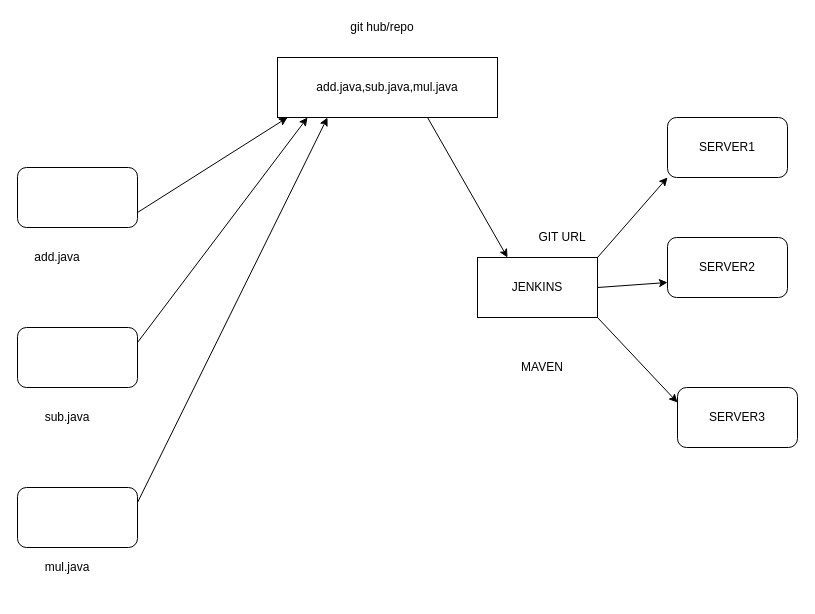
Above: CI.drawio in ashisnishanka/JAVA_MAVEN (draw.io), before the change. Source tidied: cells renumbered, new cells numbered last; positions are measured from the earlier drawing's top-left corner, leaving out a move shared by most shapes. Both pictures are drawn from the tidied source at 100%, with x=0, y=0 at pixel (17, 17).
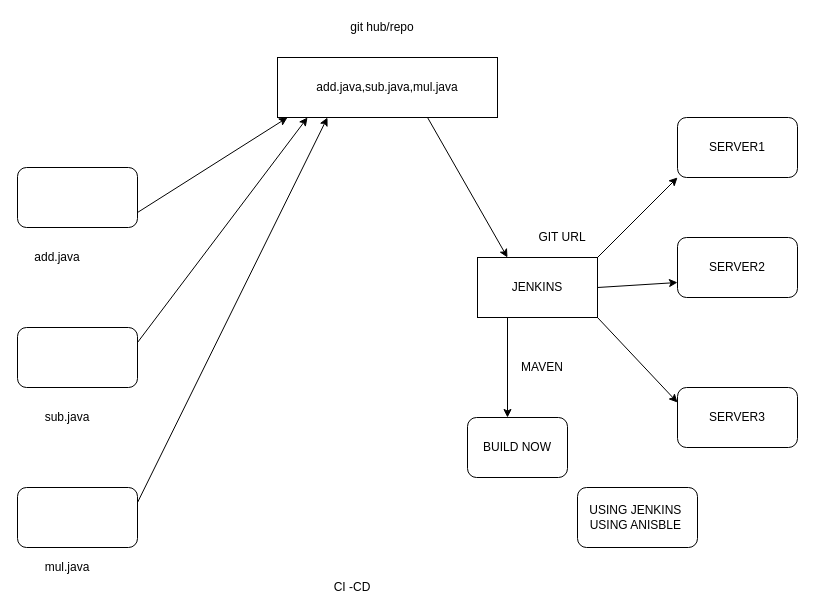
Above is the later version.

The change refers to these unchanged cells:
```xml
<mxCell id="9" value="JENKINS" style="rounded=0;whiteSpace=wrap;html=1;" parent="1" vertex="1">
  <mxGeometry x="460" y="240" width="120" height="60" as="geometry" />
</mxCell>
```

What changed in the source:
```diff
@@
     <mxCell id="12" value="SERVER1" style="rounded=1;whiteSpace=wrap;html=1;" parent="1" vertex="1">
-      <mxGeometry x="650" y="100" width="120" height="60" as="geometry" />
+      <mxGeometry x="660" y="100" width="120" height="60" as="geometry" />
     </mxCell>
     <mxCell id="13" value="SERVER2" style="rounded=1;whiteSpace=wrap;html=1;" parent="1" vertex="1">
-      <mxGeometry x="650" y="220" width="120" height="60" as="geometry" />
+      <mxGeometry x="660" y="220" width="120" height="60" as="geometry" />
     </mxCell>
@@
+    <mxCell id="23" style="endArrow=classic;html=1;exitX=0.25;exitY=1;exitDx=0;exitDy=0;" parent="1" edge="1" source="9">
+      <mxGeometry relative="1" as="geometry">
+        <mxPoint x="490" y="400" as="targetPoint" />
+      </mxGeometry>
+    </mxCell>
+    <mxCell id="24" value="BUILD NOW" style="rounded=1;whiteSpace=wrap;html=1;" parent="1" vertex="1">
+      <mxGeometry x="450" y="400" width="100" height="60" as="geometry" />
+    </mxCell>
+    <mxCell id="25" value="CI -CD" style="text;html=1;strokeColor=none;fillColor=none;align=center;verticalAlign=middle;whiteSpace=wrap;rounded=0;" parent="1" vertex="1">
+      <mxGeometry x="240" y="560" width="190" height="20" as="geometry" />
+    </mxCell>
+    <mxCell id="26" value="USING JENKINS&amp;nbsp;&lt;br&gt;USING ANISBLE&amp;nbsp;" style="rounded=1;whiteSpace=wrap;html=1;" parent="1" vertex="1">
+      <mxGeometry x="560" y="470" width="120" height="60" as="geometry" />
+    </mxCell>
```
